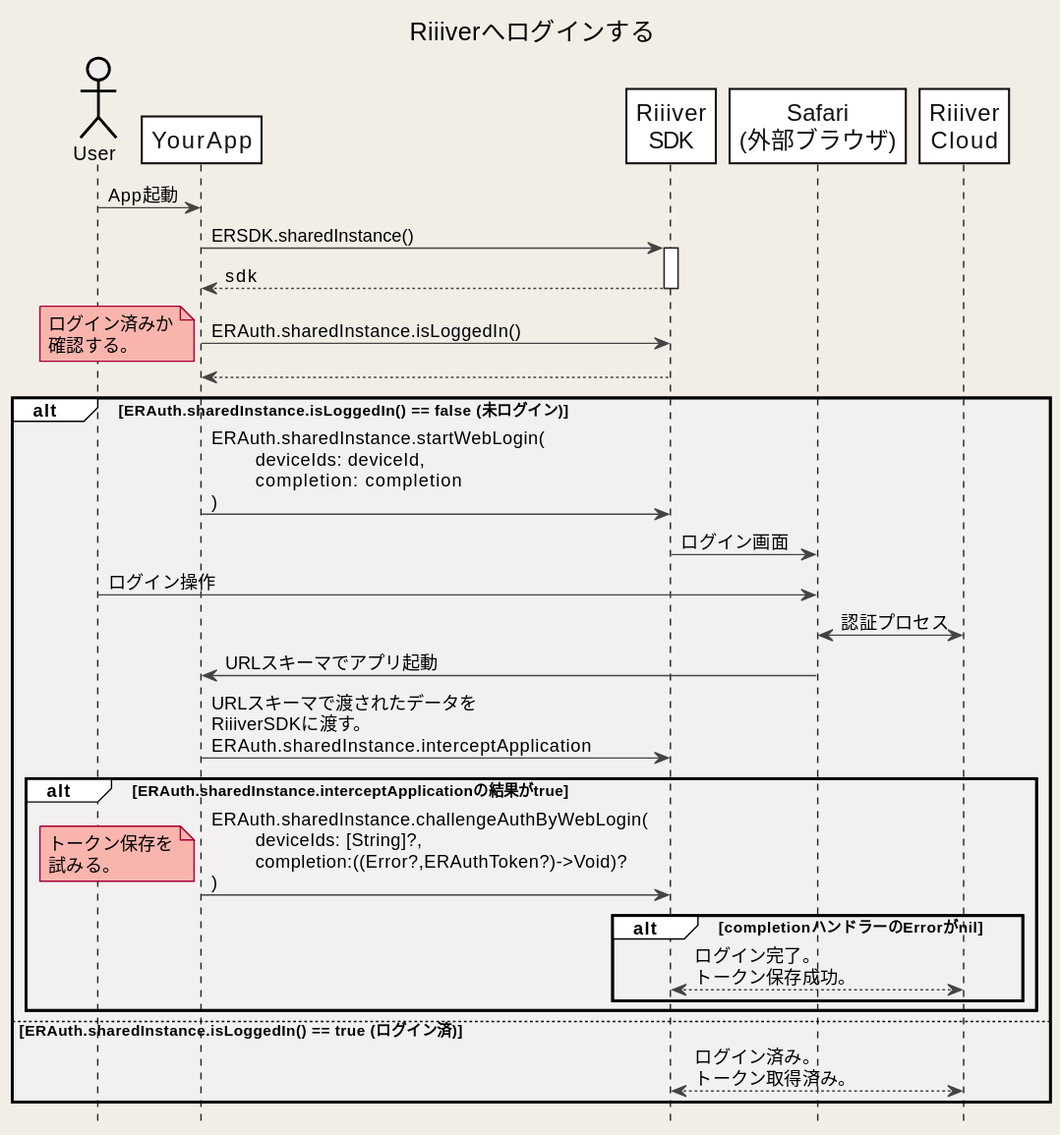
This is images/Android/ja/Sequences/login.svg from CitizenWatch/RiiiverResources, a PlantUML export, as it was before one commit.
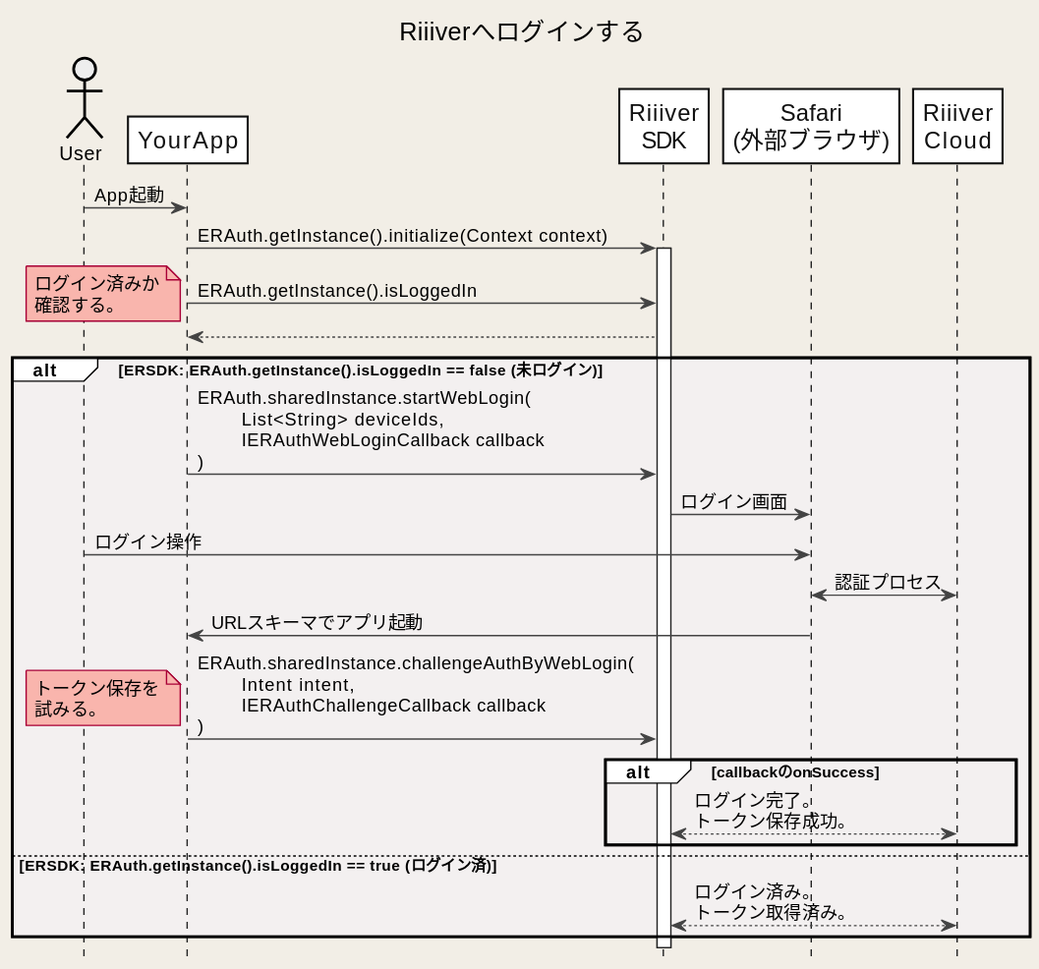
The same file after the commit.

Diff of the diagram source:
```diff
@@ -36,31 +36,26 @@
 
 User -> App: App起動
 
-App -> ERSDK: ERSDK.sharedInstance()
+App -> ERSDK: ERAuth.getInstance().initialize(Context context)
 activate ERSDK
-App <-- ERSDK: sdk
-deactivate ERSDK
 
-App -> ERSDK: ERAuth.sharedInstance.isLoggedIn()
+App -> ERSDK: ERAuth.getInstance().isLoggedIn
 note left: ログイン済みか\n確認する。
 ERSDK --> App:
 
-alt ERAuth.sharedInstance.isLoggedIn() == false (未ログイン)
-    App -> ERSDK: ERAuth.sharedInstance.startWebLogin(\n\tdeviceIds: deviceId,\n\tcompletion: completion\n)
+alt ERSDK: ERAuth.getInstance().isLoggedIn == false (未ログイン)
+    App -> ERSDK: ERAuth.sharedInstance.startWebLogin(\n\tList<String> deviceIds,\n\tIERAuthWebLoginCallback callback\n)
     ERSDK -> Safari: ログイン画面
     User -> Safari: ログイン操作
     Safari <-> Riiiver: 認証プロセス
     Safari -> App: URLスキーマでアプリ起動
-    App -> ERSDK: URLスキーマで渡されたデータを\nRiiiverSDKに渡す。\nERAuth.sharedInstance.interceptApplication
-    alt ERAuth.sharedInstance.interceptApplicationの結果がtrue
-        App -> ERSDK: ERAuth.sharedInstance.challengeAuthByWebLogin(\n\tdeviceIds: [String]?, \n\tcompletion:((Error?,ERAuthToken?)->Void)?\n)
-        note left: トークン保存を\n試みる。
-        alt completionハンドラーのErrorがnil
-            ERSDK <---> Riiiver: ログイン完了。\nトークン保存成功。
-        end
+    App -> ERSDK: ERAuth.sharedInstance.challengeAuthByWebLogin(\n\tIntent intent,\n\tIERAuthChallengeCallback callback\n)
+    note left: トークン保存を\n試みる。
+    alt callbackのonSuccess
+        ERSDK <---> Riiiver: ログイン完了。\nトークン保存成功。
     end
 
-else ERAuth.sharedInstance.isLoggedIn() == true (ログイン済)
+else ERSDK: ERAuth.getInstance().isLoggedIn == true (ログイン済)
     ERSDK <---> Riiiver: ログイン済み。\nトークン取得済み。
 end
 
```
